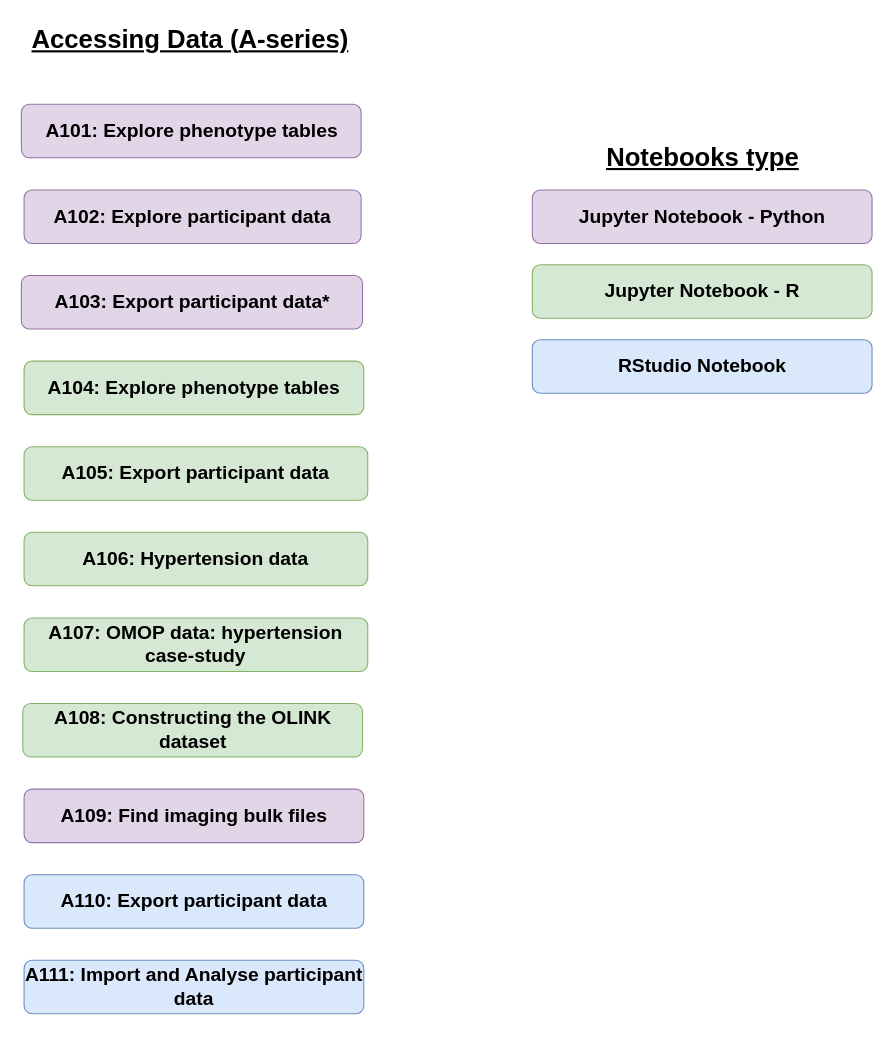
Earlier version of the draw.io diagram access_data.drawio (UK-Biobank/UKB-RAP-Notebooks-Access). Source tidied: cells renumbered, new cells numbered last; positions are measured from the earlier drawing's top-left corner, leaving out a move shared by most shapes. Both pictures are drawn from the tidied source at 107%, with x=0, y=0 at pixel (18, 18).
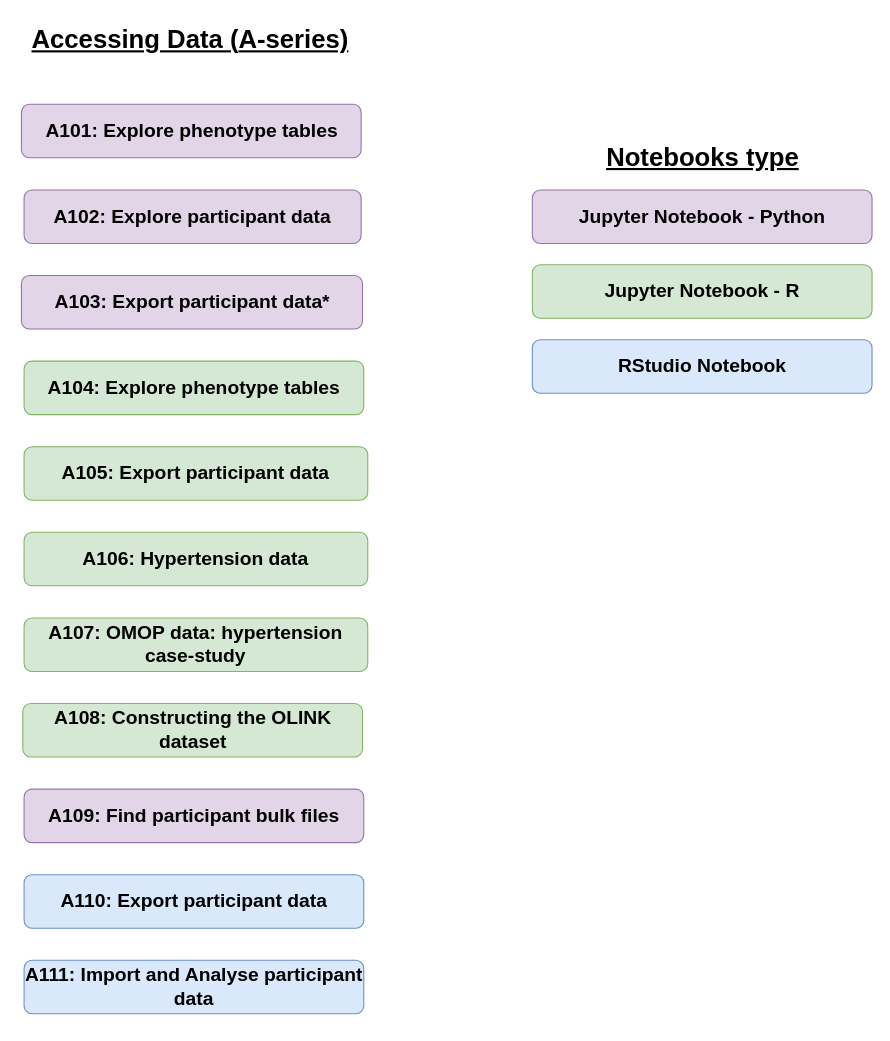
Above is the later version.

Change to the diagram source:
```diff
@@
 <mxGraphModel>
   <root>
     <mxCell id="0" />
     <mxCell id="1" parent="0" />
     <mxCell id="2" value="&lt;font style=&quot;font-size: 24px;&quot;&gt;&lt;b style=&quot;&quot;&gt;&lt;u style=&quot;&quot;&gt;&lt;font style=&quot;font-size: 24px;&quot;&gt;Accessing Data (&lt;/font&gt;&lt;/u&gt;&lt;/b&gt;&lt;b style=&quot;background-color: initial;&quot;&gt;&lt;u style=&quot;&quot;&gt;A-series)&lt;/u&gt;&lt;/b&gt;&lt;/font&gt;" style="text;html=1;align=center;verticalAlign=middle;strokeColor=none;fillColor=none;fontSize=14;" parent="1" vertex="1">
       <mxGeometry width="320" height="40" as="geometry" />
     </mxCell>
     <mxCell id="3" value="&lt;p&gt;&lt;font size=&quot;1&quot; style=&quot;&quot; color=&quot;#000000&quot;&gt;&lt;b style=&quot;font-size: 18px;&quot;&gt;A101: Explore phenotype tables&lt;/b&gt;&lt;/font&gt;&lt;/p&gt;" style="whiteSpace=wrap;html=1;fillColor=#e1d5e7;strokeColor=#9673a6;rounded=1;" parent="1" vertex="1">
       <mxGeometry x="2.5" y="80" width="317.5" height="50" as="geometry" />
     </mxCell>
     <mxCell id="4" value="&lt;p&gt;&lt;b&gt;&lt;font style=&quot;font-size: 18px;&quot; color=&quot;#000000&quot;&gt;A102: Explore participant data&lt;/font&gt;&lt;/b&gt;&lt;/p&gt;" style="whiteSpace=wrap;html=1;fillColor=#e1d5e7;strokeColor=#9673a6;rounded=1;" parent="1" vertex="1">
       <mxGeometry x="5" y="160" width="315" height="50" as="geometry" />
     </mxCell>
     <mxCell id="5" value="&lt;p&gt;&lt;b&gt;&lt;font style=&quot;font-size: 18px;&quot; color=&quot;#000000&quot;&gt;A103: Export participant data*&lt;/font&gt;&lt;/b&gt;&lt;/p&gt;" style="whiteSpace=wrap;html=1;fillColor=#e1d5e7;strokeColor=#9673a6;rounded=1;" parent="1" vertex="1">
       <mxGeometry x="2.5" y="240" width="318.8" height="50" as="geometry" />
     </mxCell>
     <mxCell id="6" value="&lt;p&gt;&lt;b&gt;&lt;font style=&quot;font-size: 18px;&quot; color=&quot;#000000&quot;&gt;A104: Explore phenotype tables&lt;/font&gt;&lt;/b&gt;&lt;/p&gt;" style="whiteSpace=wrap;html=1;fillColor=#d5e8d4;strokeColor=#82b366;rounded=1;" parent="1" vertex="1">
       <mxGeometry x="5" y="320" width="317.5" height="50" as="geometry" />
     </mxCell>
     <mxCell id="7" value="&lt;p&gt;&lt;b&gt;&lt;font style=&quot;font-size: 18px;&quot; color=&quot;#000000&quot;&gt;A105: Export participant data&lt;/font&gt;&lt;/b&gt;&lt;/p&gt;" style="whiteSpace=wrap;html=1;fillColor=#d5e8d4;strokeColor=#82b366;rounded=1;" parent="1" vertex="1">
       <mxGeometry x="5" y="400" width="321.2" height="50" as="geometry" />
     </mxCell>
     <mxCell id="8" value="&lt;p style=&quot;font-size: 18px;&quot;&gt;&lt;b&gt;&lt;font style=&quot;font-size: 18px;&quot; color=&quot;#000000&quot;&gt;A107: &lt;/font&gt;&lt;span style=&quot;background-color: initial;&quot;&gt;OMOP data: hypertension case-study&lt;/span&gt;&lt;/b&gt;&lt;/p&gt;" style="whiteSpace=wrap;html=1;fillColor=#d5e8d4;strokeColor=#82b366;rounded=1;" parent="1" vertex="1">
       <mxGeometry x="5" y="560" width="321.2" height="50" as="geometry" />
     </mxCell>
     <mxCell id="9" value="&lt;p&gt;&lt;b&gt;&lt;font style=&quot;font-size: 18px;&quot; color=&quot;#000000&quot;&gt;A106: Hypertension data&lt;/font&gt;&lt;/b&gt;&lt;/p&gt;" style="whiteSpace=wrap;html=1;fillColor=#d5e8d4;strokeColor=#82b366;rounded=1;" parent="1" vertex="1">
       <mxGeometry x="5" y="480" width="321.2" height="50" as="geometry" />
     </mxCell>
     <mxCell id="10" value="&lt;p style=&quot;&quot;&gt;&lt;b style=&quot;&quot;&gt;&lt;font style=&quot;font-size: 18px;&quot; color=&quot;#000000&quot;&gt;A108: Constructing the OLINK dataset&lt;/font&gt;&lt;/b&gt;&lt;/p&gt;" style="whiteSpace=wrap;html=1;fillColor=#d5e8d4;strokeColor=#82b366;rounded=1;" parent="1" vertex="1">
       <mxGeometry x="3.8" y="640" width="317.5" height="50" as="geometry" />
     </mxCell>
-    <mxCell id="11" value="&lt;p style=&quot;&quot;&gt;&lt;b style=&quot;&quot;&gt;&lt;font style=&quot;font-size: 18px;&quot; color=&quot;#000000&quot;&gt;A109: Find imaging bulk files&lt;/font&gt;&lt;/b&gt;&lt;/p&gt;" style="whiteSpace=wrap;html=1;fillColor=#e1d5e7;strokeColor=#9673a6;rounded=1;" parent="1" vertex="1">
+    <mxCell id="11" value="&lt;p style=&quot;&quot;&gt;&lt;b style=&quot;&quot;&gt;&lt;font style=&quot;font-size: 18px;&quot; color=&quot;#000000&quot;&gt;A109: Find participant bulk files&lt;/font&gt;&lt;/b&gt;&lt;/p&gt;" style="whiteSpace=wrap;html=1;fillColor=#e1d5e7;strokeColor=#9673a6;rounded=1;" parent="1" vertex="1">
       <mxGeometry x="5" y="720" width="317.5" height="50" as="geometry" />
     </mxCell>
     <mxCell id="12" value="&lt;p style=&quot;&quot;&gt;&lt;b style=&quot;&quot;&gt;&lt;font style=&quot;font-size: 18px;&quot; color=&quot;#000000&quot;&gt;A110: Export participant data&lt;/font&gt;&lt;/b&gt;&lt;/p&gt;" style="whiteSpace=wrap;html=1;fillColor=#dae8fc;strokeColor=#6c8ebf;rounded=1;" parent="1" vertex="1">
       <mxGeometry x="5" y="800" width="317.5" height="50" as="geometry" />
     </mxCell>
     <mxCell id="13" value="&lt;p style=&quot;&quot;&gt;&lt;b style=&quot;&quot;&gt;&lt;font style=&quot;font-size: 18px;&quot; color=&quot;#000000&quot;&gt;A111: Import and Analyse participant data&lt;/font&gt;&lt;/b&gt;&lt;/p&gt;" style="whiteSpace=wrap;html=1;fillColor=#dae8fc;strokeColor=#6c8ebf;rounded=1;" parent="1" vertex="1">
       <mxGeometry x="5" y="880" width="317.5" height="50" as="geometry" />
     </mxCell>
     <mxCell id="14" value="&lt;p&gt;&lt;font size=&quot;1&quot; style=&quot;&quot; color=&quot;#000000&quot;&gt;&lt;b style=&quot;font-size: 18px;&quot;&gt;Jupyter Notebook - Python&lt;/b&gt;&lt;/font&gt;&lt;/p&gt;" style="whiteSpace=wrap;html=1;fillColor=#e1d5e7;strokeColor=#9673a6;rounded=1;shadow=0;" parent="1" vertex="1">
       <mxGeometry x="480" y="160" width="317.5" height="50" as="geometry" />
     </mxCell>
     <mxCell id="15" value="&lt;p&gt;&lt;font size=&quot;1&quot; style=&quot;&quot; color=&quot;#000000&quot;&gt;&lt;b style=&quot;font-size: 18px;&quot;&gt;Jupyter Notebook - R&lt;/b&gt;&lt;/font&gt;&lt;/p&gt;" style="whiteSpace=wrap;html=1;fillColor=#d5e8d4;strokeColor=#82b366;rounded=1;shadow=0;" parent="1" vertex="1">
       <mxGeometry x="480" y="230" width="317.5" height="50" as="geometry" />
     </mxCell>
     <mxCell id="16" value="&lt;p&gt;&lt;span style=&quot;font-size: 18px;&quot;&gt;&lt;b&gt;RStudio Notebook&lt;/b&gt;&lt;/span&gt;&lt;/p&gt;" style="whiteSpace=wrap;html=1;fillColor=#dae8fc;strokeColor=#6c8ebf;rounded=1;shadow=0;" parent="1" vertex="1">
       <mxGeometry x="480" y="300" width="317.5" height="50" as="geometry" />
     </mxCell>
     <mxCell id="17" value="&lt;span style=&quot;font-size: 24px;&quot;&gt;&lt;b&gt;&lt;u&gt;Notebooks type&lt;/u&gt;&lt;/b&gt;&lt;/span&gt;" style="text;html=1;align=center;verticalAlign=middle;strokeColor=none;fillColor=none;fontSize=14;" parent="1" vertex="1">
       <mxGeometry x="538.8" y="110" width="200" height="40" as="geometry" />
     </mxCell>
   </root>
 </mxGraphModel>
```
